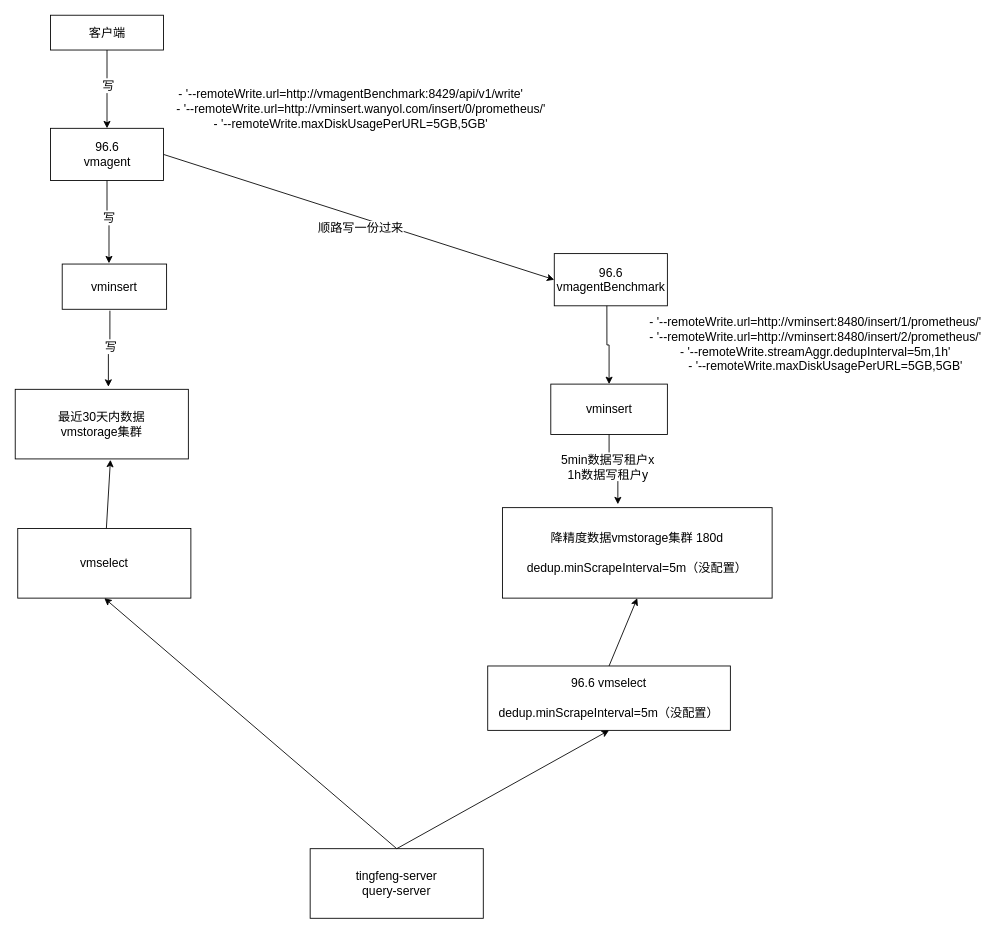
The draw.io diagram tsdb.drawio in jingb/pythonRepo, before the edit. Source tidied: cells renumbered, new cells numbered last; positions are measured from the earlier drawing's top-left corner, leaving out a move shared by most shapes. Both pictures are drawn from the tidied source at 87%, with x=0, y=0 at pixel (15, 15).
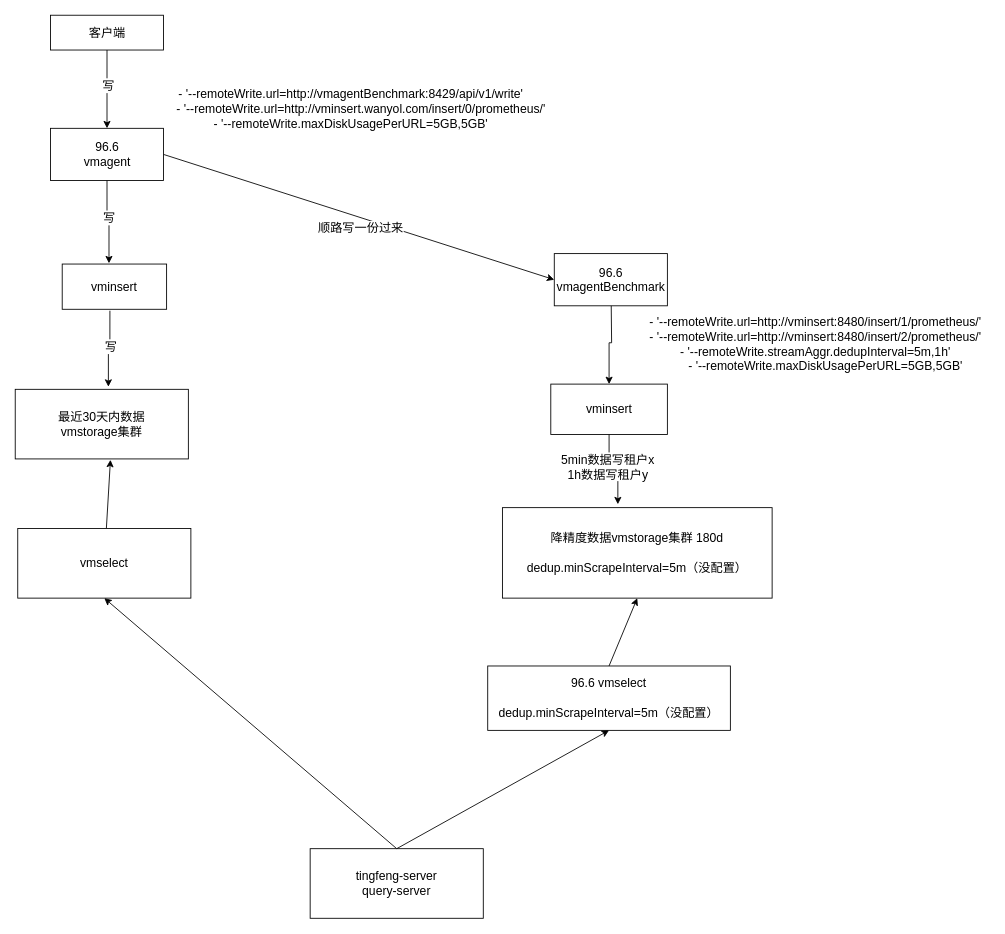
After the change.

Unchanged cells that the change refers to:
```xml
<mxCell id="8" value="96.6&lt;br style=&quot;font-size: 14px;&quot;&gt;vmagentBenchmark" style="rounded=0;whiteSpace=wrap;html=1;fontSize=14;" parent="1" vertex="1">
  <mxGeometry x="619.6" y="274" width="130" height="60" as="geometry" />
</mxCell>
<mxCell id="10" value="vminsert" style="rounded=0;whiteSpace=wrap;html=1;fontSize=14;" parent="1" vertex="1">
  <mxGeometry x="615.6" y="424" width="134" height="58" as="geometry" />
</mxCell>
```

The edit, as a diff of the source:
```diff
@@
-    <mxCell id="7" style="edgeStyle=orthogonalEdgeStyle;rounded=0;jettySize=auto;html=1;exitX=0.465;exitY=0.9;exitDx=0;exitDy=0;entryX=0.5;entryY=0;entryDx=0;entryDy=0;fontSize=14;exitPerimeter=0;" parent="1" edge="1" source="8" target="10">
-      <mxGeometry relative="1" as="geometry" />
+    <mxCell id="7" style="edgeStyle=orthogonalEdgeStyle;rounded=0;jettySize=auto;html=1;entryX=0.5;entryY=0;entryDx=0;entryDy=0;fontSize=14;" parent="1" edge="1" target="10">
+      <mxGeometry relative="1" as="geometry">
+        <mxPoint x="685" y="328" as="sourcePoint" />
+      </mxGeometry>
     </mxCell>
```
